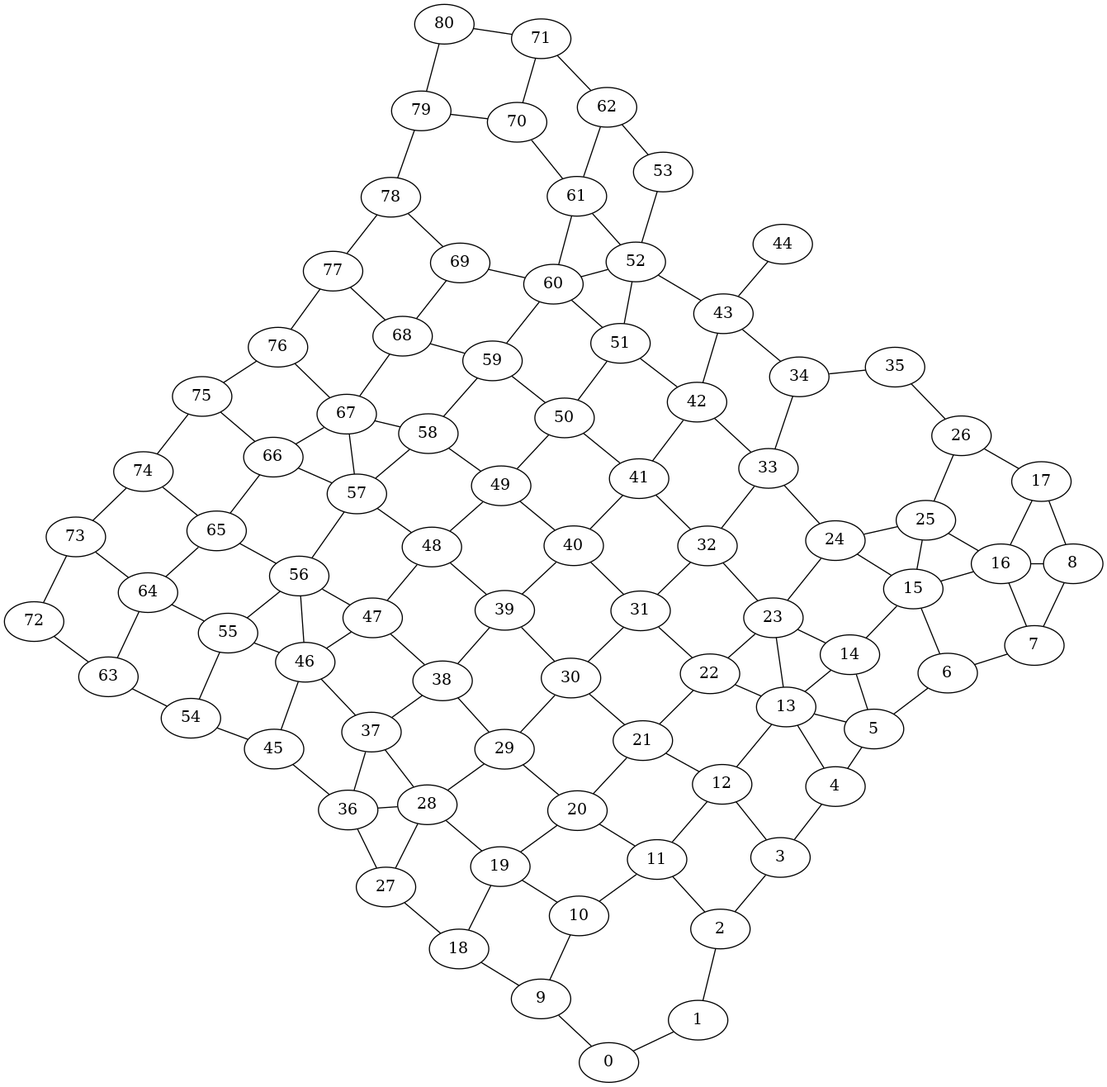
This is fig/graph.png from lorenzorizzi17/urban_network, a Graphviz export, as it was before one commit. Its source is kept beside it as fig/graph.dot.
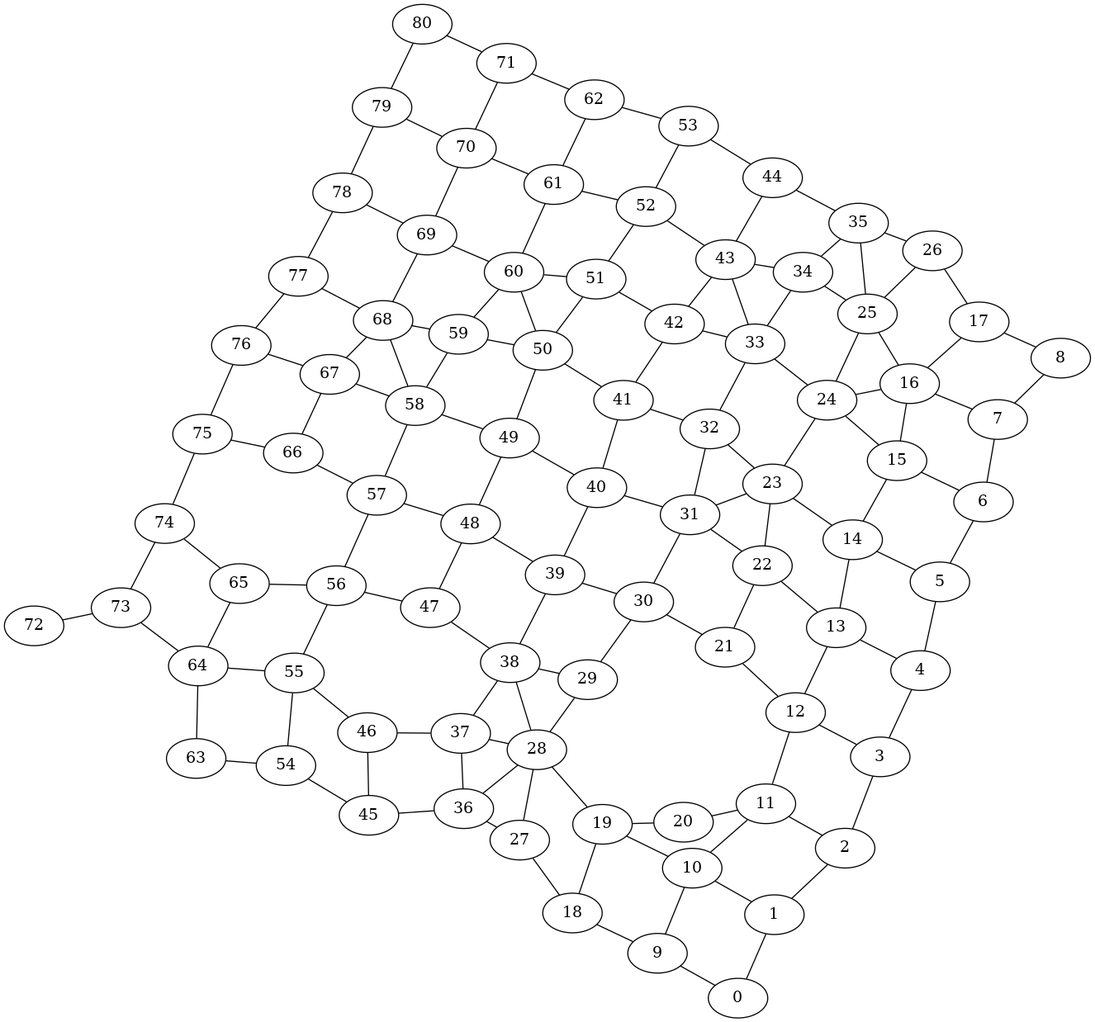
The same diagram one commit later.

Diff of the diagram source:
```diff
@@ -82,6 +82,7 @@
 80;
 0--1 ;
 0--9 ;
+1--10 ;
 1--2 ;
 2--11 ;
 2--3 ;
@@ -117,8 +118,6 @@
 18--27 ;
 19--28 ;
 19--20 ;
-20--29 ;
-20--21 ;
 21--30 ;
 21--22 ;
 22--31 ;
@@ -127,6 +126,7 @@
 23--24 ;
 24--33 ;
 24--25 ;
+25--34 ;
 25--26 ;
 26--35 ;
 27--28 ;
@@ -145,6 +145,7 @@
 33--34 ;
 34--43 ;
 34--35 ;
+35--44 ;
 36--37 ;
 36--45 ;
 37--46 ;
@@ -161,10 +162,10 @@
 42--43 ;
 43--52 ;
 43--44 ;
+44--53 ;
 45--46 ;
 45--54 ;
 46--55 ;
-46--47 ;
 47--56 ;
 47--48 ;
 48--57 ;
@@ -196,11 +197,9 @@
 61--62 ;
 62--71 ;
 63--64 ;
-63--72 ;
 64--73 ;
 64--65 ;
 65--74 ;
-65--66 ;
 66--75 ;
 66--67 ;
 67--76 ;
@@ -208,6 +207,7 @@
 68--77 ;
 68--69 ;
 69--78 ;
+69--70 ;
 70--79 ;
 70--71 ;
 71--80 ;
@@ -219,12 +219,12 @@
 77--78 ;
 78--79 ;
 79--80 ;
+60--50 ;
+23--31 ;
+43--33 ;
+58--68 ;
+28--38 ;
 28--36 ;
-67--57 ;
-56--46 ;
-52--60 ;
-16--8 ;
-15--25 ;
-13--5 ;
-13--23 ;
+25--35 ;
+16--24 ;
 }
```
